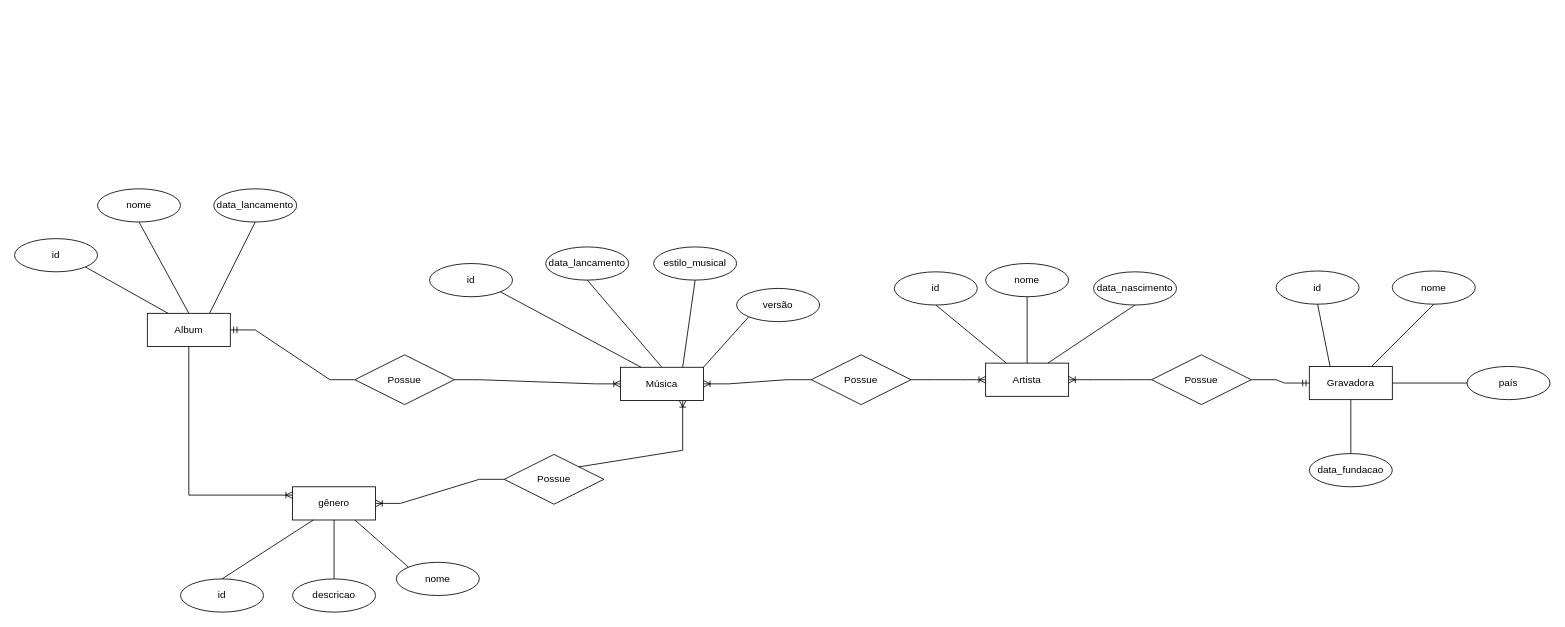
KauanHK/diagramas keeps this draw.io diagram as Diagram_er.drawio. Above is the earlier version. Source tidied: cells renumbered, new cells numbered last; positions are measured from the earlier drawing's top-left corner, leaving out a move shared by most shapes. Both pictures are drawn from the tidied source at 83%, with x=0, y=0 at pixel (14, 188).
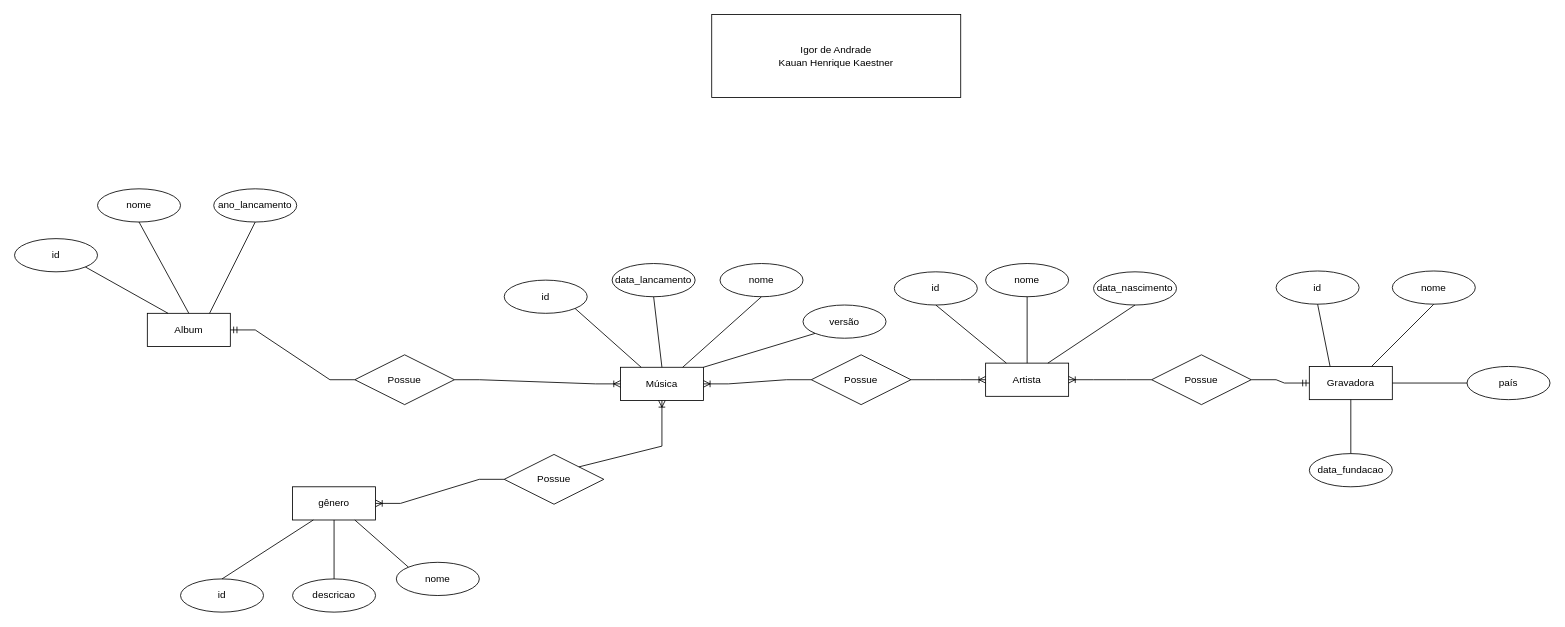
The same diagram, later.

Unchanged cells that the change refers to:
```xml
<mxCell id="3" value="Música" style="whiteSpace=wrap;html=1;align=center;" parent="1" vertex="1">
  <mxGeometry x="730" y="215" width="100" height="40" as="geometry" />
</mxCell>
<mxCell id="5" value="gênero" style="whiteSpace=wrap;html=1;align=center;" parent="1" vertex="1">
  <mxGeometry x="335" y="359" width="100" height="40" as="geometry" />
</mxCell>
<mxCell id="9" value="Album" style="whiteSpace=wrap;html=1;align=center;" parent="1" vertex="1">
  <mxGeometry x="160" y="150" width="100" height="40" as="geometry" />
</mxCell>
<mxCell id="17" value="Possue" style="shape=rhombus;perimeter=rhombusPerimeter;whiteSpace=wrap;html=1;align=center;" parent="1" vertex="1">
  <mxGeometry x="590" y="320" width="120" height="60" as="geometry" />
</mxCell>
```

Change to the diagram source:
```diff
@@
     <mxCell id="6" value="id" style="ellipse;whiteSpace=wrap;html=1;align=center;" parent="1" vertex="1">
-      <mxGeometry x="500" y="90" width="100" height="40" as="geometry" />
+      <mxGeometry x="590" y="110" width="100" height="40" as="geometry" />
     </mxCell>
     <mxCell id="7" value="data_lancamento" style="ellipse;whiteSpace=wrap;html=1;align=center;" parent="1" vertex="1">
-      <mxGeometry x="640" y="70" width="100" height="40" as="geometry" />
+      <mxGeometry x="720" y="90" width="100" height="40" as="geometry" />
     </mxCell>
-    <mxCell id="8" value="estilo_musical" style="ellipse;whiteSpace=wrap;html=1;align=center;" parent="1" vertex="1">
-      <mxGeometry x="770" y="70" width="100" height="40" as="geometry" />
+    <mxCell id="8" value="nome" style="ellipse;whiteSpace=wrap;html=1;align=center;" parent="1" vertex="1">
+      <mxGeometry x="850" y="90" width="100" height="40" as="geometry" />
     </mxCell>
@@
-    <mxCell id="19" style="fontSize=12;html=1;endArrow=ERoneToMany;rounded=0;exitX=1;exitY=0;exitDx=0;exitDy=0;entryX=0.75;entryY=1;entryDx=0;entryDy=0;" parent="1" edge="1" source="17" target="3">
+    <mxCell id="19" style="fontSize=12;html=1;endArrow=ERoneToMany;rounded=0;exitX=1;exitY=0;exitDx=0;exitDy=0;entryX=0.5;entryY=1;entryDx=0;entryDy=0;" parent="1" edge="1" source="17" target="3">
       <mxGeometry relative="1" as="geometry">
         <Array as="points">
-          <mxPoint x="805" y="315" />
+          <mxPoint x="780" y="310" />
         </Array>
       </mxGeometry>
     </mxCell>
@@
     <mxCell id="36" value="versão" style="ellipse;whiteSpace=wrap;html=1;align=center;" parent="1" vertex="1">
-      <mxGeometry x="870" y="120" width="100" height="40" as="geometry" />
+      <mxGeometry x="950" y="140" width="100" height="40" as="geometry" />
     </mxCell>
@@
-    <mxCell id="39" value="data_lancamento" style="ellipse;whiteSpace=wrap;html=1;align=center;" parent="1" vertex="1">
+    <mxCell id="39" value="ano_lancamento" style="ellipse;whiteSpace=wrap;html=1;align=center;" parent="1" vertex="1">
       <mxGeometry x="240" width="100" height="40" as="geometry" />
     </mxCell>
@@
-    <mxCell id="46" style="edgeStyle=orthogonalEdgeStyle;fontSize=12;html=1;endArrow=ERoneToMany;rounded=0;entryX=0;entryY=0.25;entryDx=0;entryDy=0;exitX=0.5;exitY=1;exitDx=0;exitDy=0;" parent="1" edge="1" source="9" target="5">
-      <mxGeometry relative="1" as="geometry" />
-    </mxCell>
@@
+    <mxCell id="54" value="&lt;div&gt;Igor de Andrade&lt;/div&gt;Kauan Henrique Kaestner" style="whiteSpace=wrap;html=1;" parent="1" vertex="1">
+      <mxGeometry x="840" y="-210" width="300" height="100" as="geometry" />
+    </mxCell>
```
